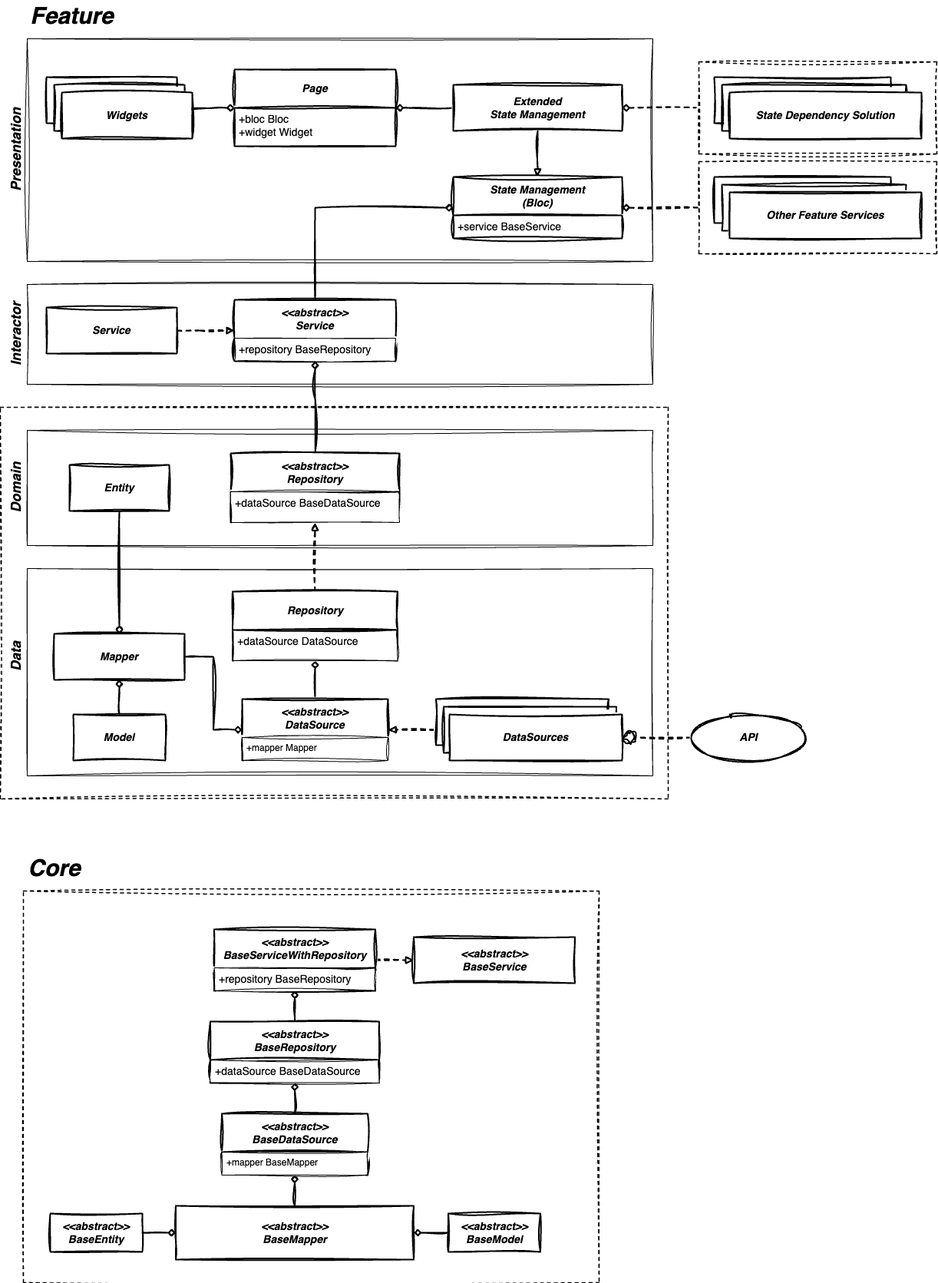
Above: architecture.drawio.png in hamed-rezaee/flutter_component_architecture_poc (draw.io), before the change. Source tidied: cells renumbered, new cells last; positions are measured from the earlier drawing's top-left corner, leaving out a move shared by most shapes.
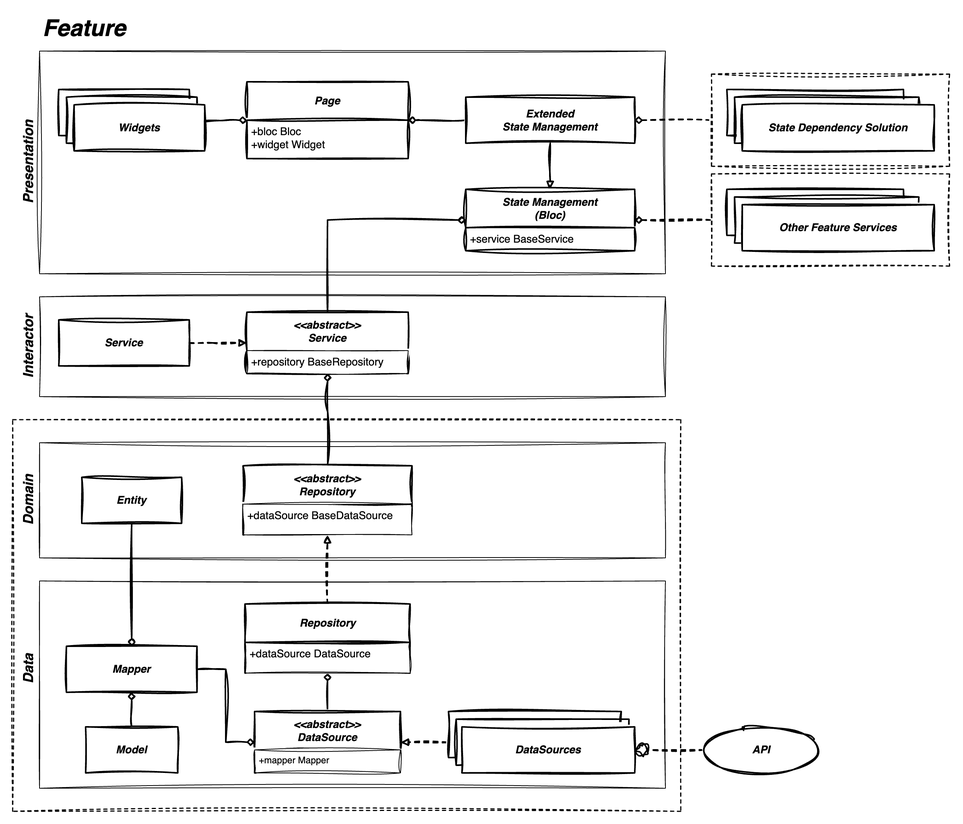
The same file after the commit.

The edit, as a diff of the source:
```diff
@@ -2,9 +2,6 @@
   <root>
     <mxCell id="0" />
     <mxCell id="1" parent="0" />
-    <mxCell id="2" style="rounded=0;whiteSpace=wrap;html=1;dashed=1;shadow=0;glass=0;sketch=1;curveFitting=1;jiggle=2;strokeWidth=1.5;perimeterSpacing=1;fillColor=none;" parent="1" vertex="1">
-      <mxGeometry x="30" y="1160" width="750" height="510" as="geometry" />
-    </mxCell>
     <mxCell id="3" style="rounded=0;whiteSpace=wrap;html=1;dashed=1;shadow=0;glass=0;sketch=1;curveFitting=1;jiggle=2;strokeWidth=1.5;perimeterSpacing=1;fillColor=none;" parent="1" vertex="1">
       <mxGeometry y="530" width="870" height="510" as="geometry" />
     </mxCell>
@@ -182,57 +179,6 @@
     <mxCell id="54" value="&lt;font style=&quot;font-size: 14px;&quot;&gt;&lt;i&gt;API&lt;/i&gt;&lt;/font&gt;" style="ellipse;whiteSpace=wrap;html=1;fontStyle=1;fontSize=12;sketch=1;curveFitting=1;jiggle=2;strokeWidth=2;" parent="1" vertex="1">
       <mxGeometry x="900" y="930" width="150" height="60" as="geometry" />
     </mxCell>
-    <mxCell id="55" style="edgeStyle=orthogonalEdgeStyle;rounded=0;jettySize=auto;html=1;exitX=0;exitY=0.5;exitDx=0;exitDy=0;entryX=1;entryY=0.5;entryDx=0;entryDy=0;endArrow=diamond;endFill=0;sketch=1;curveFitting=1;jiggle=2;strokeWidth=2;" parent="1" edge="1" source="56" target="59">
-      <mxGeometry relative="1" as="geometry" />
-    </mxCell>
-    <mxCell id="56" value="&lt;b style=&quot;border-color: var(--border-color);&quot;&gt;&lt;i style=&quot;border-color: var(--border-color);&quot;&gt;&amp;lt;&amp;lt;abstract&amp;gt;&amp;gt;&lt;br&gt;&lt;/i&gt;&lt;/b&gt;&lt;b&gt;&lt;i&gt;&lt;font style=&quot;font-size: 14px;&quot;&gt;BaseModel&lt;/font&gt;&lt;/i&gt;&lt;/b&gt;" style="rounded=0;whiteSpace=wrap;html=1;sketch=1;curveFitting=1;jiggle=2;fontSize=14;fontStyle=0;startSize=50;strokeWidth=2;shadow=0;dashed=0;arcSize=4;" parent="1" vertex="1">
-      <mxGeometry x="583.5" y="1580" width="120" height="50" as="geometry" />
-    </mxCell>
-    <mxCell id="57" style="edgeStyle=orthogonalEdgeStyle;rounded=0;jettySize=auto;html=1;exitX=1;exitY=0.5;exitDx=0;exitDy=0;entryX=0;entryY=0.5;entryDx=0;entryDy=0;endArrow=diamond;endFill=0;sketch=1;curveFitting=1;jiggle=2;strokeWidth=2;" parent="1" edge="1" source="58" target="59">
-      <mxGeometry relative="1" as="geometry" />
-    </mxCell>
-    <mxCell id="58" value="&lt;b style=&quot;border-color: var(--border-color);&quot;&gt;&lt;i style=&quot;border-color: var(--border-color);&quot;&gt;&amp;lt;&amp;lt;abstract&amp;gt;&amp;gt;&lt;br&gt;&lt;/i&gt;&lt;/b&gt;&lt;b&gt;&lt;i&gt;&lt;font style=&quot;font-size: 14px;&quot;&gt;BaseEntity&lt;/font&gt;&lt;/i&gt;&lt;/b&gt;" style="rounded=0;whiteSpace=wrap;html=1;sketch=1;curveFitting=1;jiggle=2;fontSize=14;fontStyle=0;startSize=50;strokeWidth=2;shadow=0;dashed=0;arcSize=4;" parent="1" vertex="1">
-      <mxGeometry x="65" y="1580" width="120" height="50" as="geometry" />
-    </mxCell>
-    <mxCell id="59" value="&lt;b&gt;&lt;i&gt;&lt;font style=&quot;font-size: 14px;&quot;&gt;&amp;lt;&amp;lt;abstract&amp;gt;&amp;gt;&lt;br&gt;BaseMapper&lt;br&gt;&lt;/font&gt;&lt;/i&gt;&lt;/b&gt;" style="rounded=0;whiteSpace=wrap;html=1;sketch=1;curveFitting=1;jiggle=2;fontSize=14;fontStyle=0;startSize=50;strokeWidth=2;shadow=0;dashed=0;arcSize=4;" parent="1" vertex="1">
-      <mxGeometry x="228.5" y="1570" width="310" height="70" as="geometry" />
-    </mxCell>
-    <mxCell id="60" style="edgeStyle=orthogonalEdgeStyle;rounded=0;jettySize=auto;html=1;exitX=0.5;exitY=0;exitDx=0;exitDy=0;entryX=0.5;entryY=1;entryDx=0;entryDy=0;endArrow=diamond;endFill=0;sketch=1;curveFitting=1;jiggle=2;strokeWidth=2;" parent="1" edge="1" source="61" target="65">
-      <mxGeometry relative="1" as="geometry" />
-    </mxCell>
-    <mxCell id="61" value="&lt;b style=&quot;border-color: var(--border-color); font-size: 12px;&quot;&gt;&lt;i style=&quot;border-color: var(--border-color);&quot;&gt;&lt;font style=&quot;border-color: var(--border-color); font-size: 14px;&quot;&gt;&amp;lt;&amp;lt;abstract&amp;gt;&amp;gt;&lt;br style=&quot;border-color: var(--border-color);&quot;&gt;BaseRepository&lt;/font&gt;&lt;/i&gt;&lt;/b&gt;" style="swimlane;horizontal=1;startSize=50;rounded=0;fontSize=14;fontStyle=0;strokeWidth=2;shadow=0;dashed=0;align=center;arcSize=4;whiteSpace=wrap;html=1;fillStyle=auto;sketch=1;curveFitting=1;jiggle=2;swimlaneFillColor=default;swimlaneLine=1;glass=0;" parent="1" vertex="1">
-      <mxGeometry x="273.5" y="1330" width="220" height="80" as="geometry" />
-    </mxCell>
-    <mxCell id="62" value="&lt;font style=&quot;font-size: 14px;&quot;&gt;+dataSource BaseDataSource&lt;/font&gt;" style="align=left;spacingLeft=4;fontSize=12;verticalAlign=top;html=1;sketch=1;curveFitting=1;jiggle=2;labelBackgroundColor=none;" parent="61" vertex="1">
-      <mxGeometry y="50" width="220" height="30" as="geometry" />
-    </mxCell>
-    <mxCell id="63" style="edgeStyle=orthogonalEdgeStyle;rounded=0;jettySize=auto;html=1;exitX=1;exitY=0.5;exitDx=0;exitDy=0;entryX=0;entryY=0.5;entryDx=0;entryDy=0;endArrow=block;endFill=0;dashed=1;sketch=1;curveFitting=1;jiggle=2;strokeWidth=2;" parent="1" edge="1" source="64" target="71">
-      <mxGeometry relative="1" as="geometry" />
-    </mxCell>
-    <mxCell id="64" value="&lt;b style=&quot;border-color: var(--border-color); font-size: 12px;&quot;&gt;&lt;i style=&quot;border-color: var(--border-color);&quot;&gt;&lt;font style=&quot;border-color: var(--border-color); font-size: 14px;&quot;&gt;&amp;lt;&amp;lt;abstract&amp;gt;&amp;gt;&lt;br style=&quot;border-color: var(--border-color);&quot;&gt;BaseServiceWithRepository&lt;/font&gt;&lt;/i&gt;&lt;/b&gt;" style="swimlane;horizontal=1;startSize=50;rounded=0;fontSize=14;fontStyle=0;strokeWidth=2;shadow=0;dashed=0;align=center;arcSize=4;whiteSpace=wrap;html=1;sketch=1;curveFitting=1;jiggle=2;swimlaneFillColor=default;" parent="1" vertex="1">
-      <mxGeometry x="278.5" y="1210" width="210" height="80" as="geometry" />
-    </mxCell>
-    <mxCell id="65" value="&lt;font style=&quot;font-size: 14px;&quot;&gt;+repository BaseRepository&lt;/font&gt;" style="align=left;spacingLeft=4;fontSize=12;verticalAlign=top;html=1;sketch=1;curveFitting=1;jiggle=2;" parent="64" vertex="1">
-      <mxGeometry y="50" width="210" height="30" as="geometry" />
-    </mxCell>
-    <mxCell id="66" style="edgeStyle=orthogonalEdgeStyle;rounded=0;jettySize=auto;html=1;exitX=0.5;exitY=0;exitDx=0;exitDy=0;entryX=0.5;entryY=1;entryDx=0;entryDy=0;endArrow=diamond;endFill=0;sketch=1;curveFitting=1;jiggle=2;strokeWidth=2;" parent="1" edge="1" source="67" target="62">
-      <mxGeometry relative="1" as="geometry" />
-    </mxCell>
-    <mxCell id="67" value="&lt;b style=&quot;border-color: var(--border-color);&quot;&gt;&lt;i style=&quot;border-color: var(--border-color);&quot;&gt;&amp;lt;&amp;lt;abstract&amp;gt;&amp;gt;&lt;br style=&quot;border-color: var(--border-color);&quot;&gt;BaseDataSource&lt;/i&gt;&lt;/b&gt;" style="swimlane;horizontal=1;startSize=50;rounded=0;fontSize=14;fontStyle=0;strokeWidth=2;shadow=0;dashed=0;align=center;arcSize=4;whiteSpace=wrap;html=1;fillStyle=auto;sketch=1;curveFitting=1;jiggle=2;swimlaneFillColor=default;swimlaneLine=1;glass=0;" parent="1" vertex="1">
-      <mxGeometry x="288.5" y="1450" width="190" height="80" as="geometry" />
-    </mxCell>
-    <mxCell id="68" value="+mapper BaseMapper" style="align=left;spacingLeft=4;fontSize=12;verticalAlign=top;html=1;sketch=1;curveFitting=1;jiggle=2;labelBackgroundColor=none;" parent="67" vertex="1">
-      <mxGeometry y="50" width="190" height="30" as="geometry" />
-    </mxCell>
-    <mxCell id="69" style="edgeStyle=orthogonalEdgeStyle;rounded=0;jettySize=auto;html=1;exitX=0.5;exitY=0;exitDx=0;exitDy=0;endArrow=diamond;endFill=0;sketch=1;curveFitting=1;jiggle=2;strokeWidth=2;entryX=0.5;entryY=1;entryDx=0;entryDy=0;" parent="1" edge="1" source="59" target="68">
-      <mxGeometry relative="1" as="geometry" />
-    </mxCell>
-    <mxCell id="70" value="&lt;font style=&quot;font-size: 30px;&quot;&gt;Core&lt;/font&gt;" style="text;strokeColor=none;fillColor=none;html=1;fontSize=24;fontStyle=3;verticalAlign=middle;align=center;sketch=1;curveFitting=1;jiggle=2;" parent="1" vertex="1">
-      <mxGeometry x="30" y="1110" width="80" height="40" as="geometry" />
-    </mxCell>
-    <mxCell id="71" value="&lt;b style=&quot;border-color: var(--border-color); font-size: 12px;&quot;&gt;&lt;i style=&quot;border-color: var(--border-color);&quot;&gt;&lt;font style=&quot;border-color: var(--border-color); font-size: 14px;&quot;&gt;&amp;lt;&amp;lt;abstract&amp;gt;&amp;gt;&lt;br style=&quot;border-color: var(--border-color);&quot;&gt;BaseService&lt;/font&gt;&lt;/i&gt;&lt;/b&gt;" style="swimlane;horizontal=1;startSize=80;rounded=0;fontSize=14;fontStyle=0;strokeWidth=2;shadow=0;dashed=0;align=center;arcSize=4;whiteSpace=wrap;html=1;sketch=1;curveFitting=1;jiggle=2;swimlaneFillColor=default;" parent="1" vertex="1">
-      <mxGeometry x="538.5" y="1220" width="210" height="60" as="geometry" />
-    </mxCell>
     <mxCell id="72" style="edgeStyle=orthogonalEdgeStyle;rounded=0;jettySize=auto;html=1;exitX=0;exitY=0.5;exitDx=0;exitDy=0;entryX=1;entryY=0.5;entryDx=0;entryDy=0;endArrow=diamond;sketch=1;curveFitting=1;jiggle=2;endFill=0;dashed=1;strokeWidth=2;startArrow=none;startFill=0;" parent="1" edge="1" source="73" target="20">
       <mxGeometry relative="1" as="geometry" />
     </mxCell>
```
